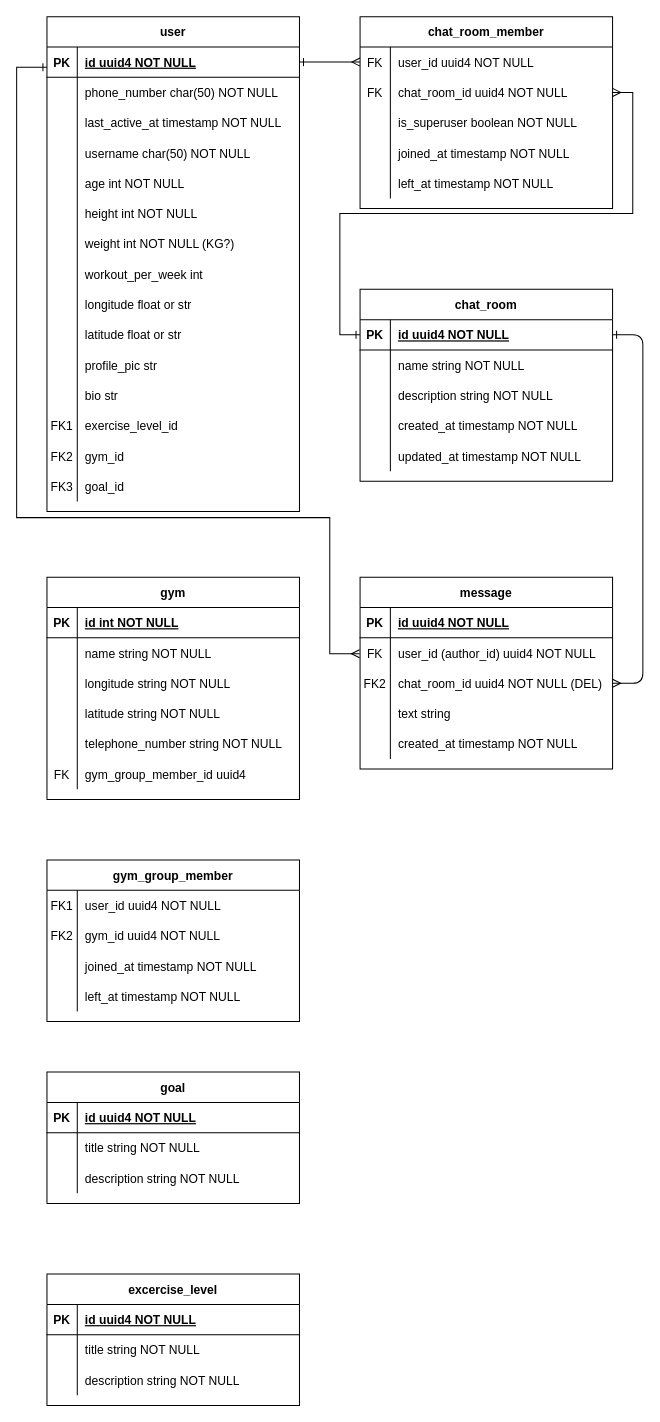
ColaboAI/Diagrams keeps this draw.io diagram as WeGoGym/WeGoGym-DB.drawio. Above is the earlier version. Source tidied: cells renumbered, new cells numbered last; positions are measured from the earlier drawing's top-left corner, leaving out a move shared by most shapes. Both pictures are drawn from the tidied source at 101%, with x=0, y=0 at pixel (16, 16).
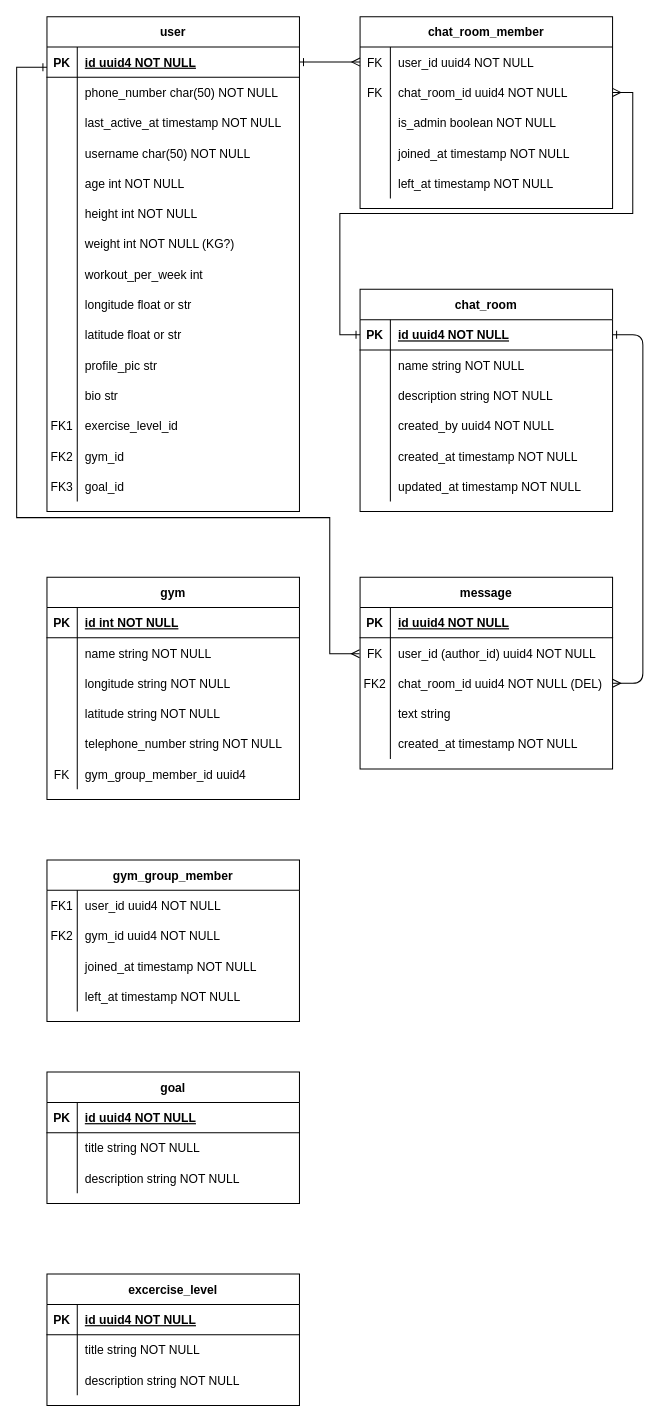
After the change.

Unchanged cells that the change refers to:
```xml
<mxCell id="89" style="shape=partialRectangle;fillColor=none;top=0;left=0;right=0;bottom=0;" parent="82" vertex="1">
  <mxGeometry y="90" width="250" height="30" as="geometry" />
</mxCell>
```

The edit, as a diff of the source:
```diff
@@
     <mxCell id="20" value="chat_room" style="shape=table;startSize=30;childLayout=tableLayout;rowLines=0;fontStyle=1;align=center;" parent="1" vertex="1">
-      <mxGeometry x="340" y="270" width="250" height="190" as="geometry" />
+      <mxGeometry x="340" y="270" width="250" height="220" as="geometry" />
     </mxCell>
@@
+    <mxCell id="152" style="shape=partialRectangle;fillColor=none;top=0;left=0;right=0;bottom=0;" parent="20" vertex="1">
+      <mxGeometry y="120" width="250" height="30" as="geometry" />
+    </mxCell>
+    <mxCell id="153" style="shape=partialRectangle;overflow=hidden;fillColor=none;top=0;left=0;bottom=0;right=0;" parent="152" vertex="1">
+      <mxGeometry width="30" height="30" as="geometry" />
+    </mxCell>
+    <mxCell id="154" value="created_by uuid4 NOT NULL" style="shape=partialRectangle;overflow=hidden;fillColor=none;top=0;left=0;bottom=0;right=0;align=left;spacingLeft=6;" parent="152" vertex="1">
+      <mxGeometry x="30" width="220" height="30" as="geometry" />
+    </mxCell>
     <mxCell id="30" style="shape=partialRectangle;fillColor=none;top=0;left=0;right=0;bottom=0;" parent="20" vertex="1">
-      <mxGeometry y="120" width="250" height="30" as="geometry" />
+      <mxGeometry y="150" width="250" height="30" as="geometry" />
     </mxCell>
@@
     <mxCell id="33" style="shape=partialRectangle;fillColor=none;top=0;left=0;right=0;bottom=0;" parent="20" vertex="1">
-      <mxGeometry y="150" width="250" height="30" as="geometry" />
+      <mxGeometry y="180" width="250" height="30" as="geometry" />
     </mxCell>
@@
-    <mxCell id="91" value="is_superuser boolean NOT NULL" style="shape=partialRectangle;overflow=hidden;fillColor=none;top=0;left=0;bottom=0;right=0;align=left;spacingLeft=6;" parent="89" vertex="1">
+    <mxCell id="91" value="is_admin boolean NOT NULL" style="shape=partialRectangle;overflow=hidden;fillColor=none;top=0;left=0;bottom=0;right=0;align=left;spacingLeft=6;" parent="89" vertex="1">
       <mxGeometry x="30" width="220" height="30" as="geometry" />
     </mxCell>
```
